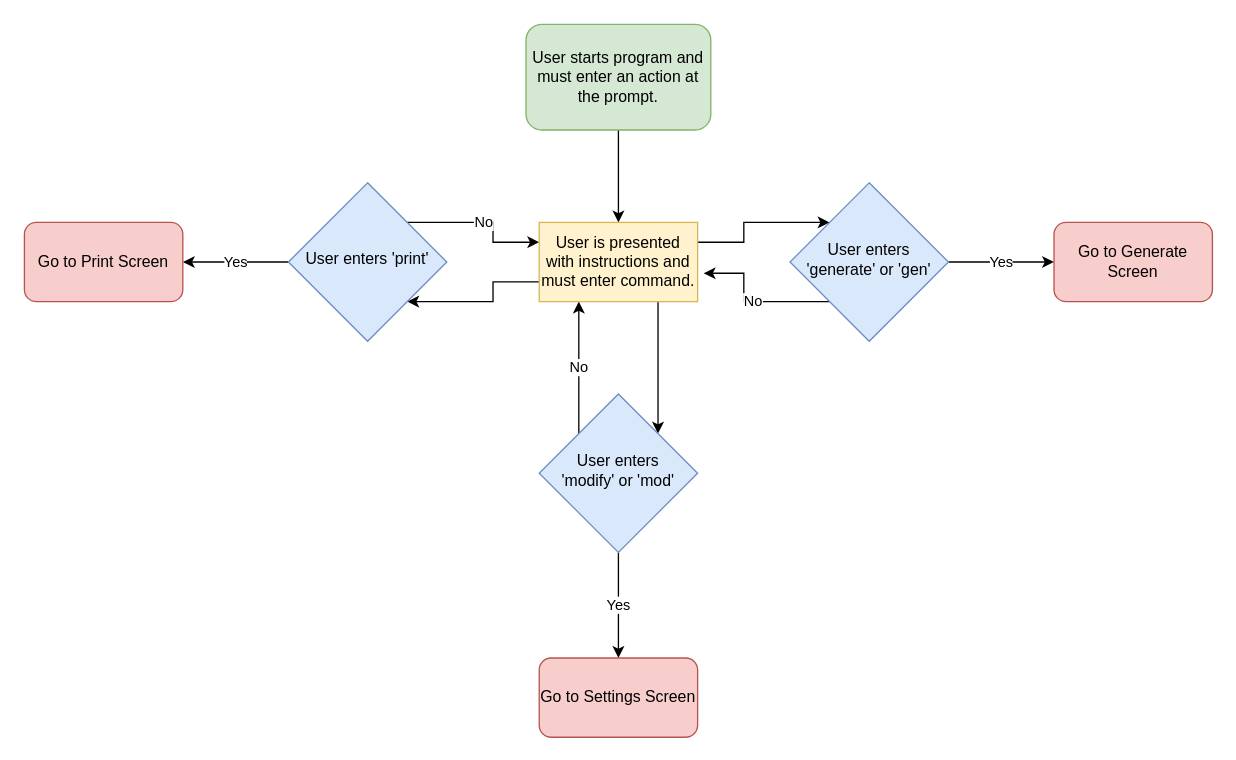
Earlier version of the draw.io diagram StartScreenFlow.drawio (zkturman/LanguageCrawler). Source tidied: cells renumbered, new cells numbered last; positions are measured from the earlier drawing's top-left corner, leaving out a move shared by most shapes. Both pictures are drawn from the tidied source at 132%, with x=0, y=0 at pixel (24, 24).
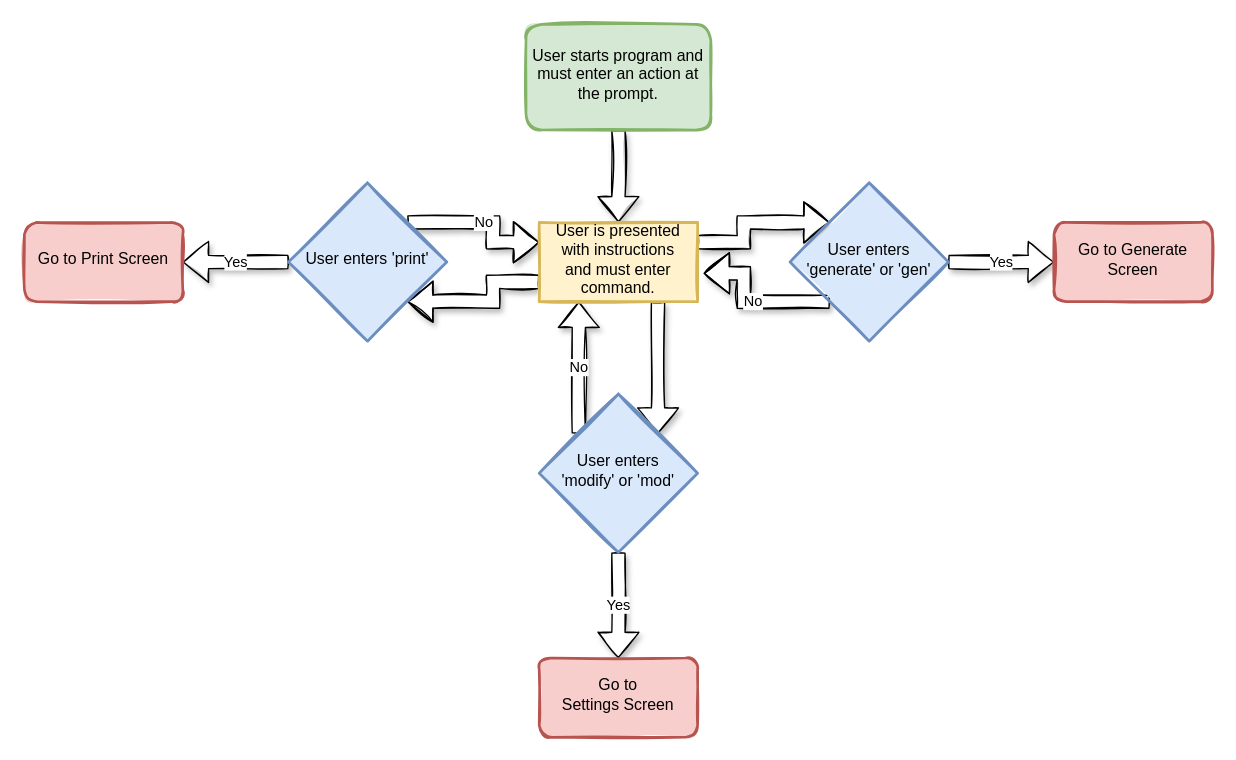
Above is the later version.

What changed in the source:
```diff
@@
 <mxGraphModel>
   <root>
     <mxCell id="0" />
     <mxCell id="1" parent="0" />
-    <mxCell id="2" style="edgeStyle=orthogonalEdgeStyle;rounded=0;jettySize=auto;html=1;exitX=0;exitY=0.75;exitDx=0;exitDy=0;entryX=1;entryY=1;entryDx=0;entryDy=0;" parent="1" edge="1" source="19" target="11">
+    <mxCell id="2" style="edgeStyle=orthogonalEdgeStyle;rounded=0;jettySize=auto;html=1;exitX=0;exitY=0.75;exitDx=0;exitDy=0;entryX=1;entryY=1;entryDx=0;entryDy=0;sketch=1;strokeWidth=1;shadow=1;fillColor=default;shape=flexArrow;" parent="1" edge="1" source="19" target="11">
       <mxGeometry relative="1" as="geometry" />
     </mxCell>
-    <mxCell id="3" style="edgeStyle=orthogonalEdgeStyle;rounded=0;jettySize=auto;html=1;exitX=0.75;exitY=1;exitDx=0;exitDy=0;entryX=1;entryY=0;entryDx=0;entryDy=0;" parent="1" edge="1" source="19" target="15">
+    <mxCell id="3" style="edgeStyle=orthogonalEdgeStyle;rounded=0;jettySize=auto;html=1;exitX=0.75;exitY=1;exitDx=0;exitDy=0;entryX=1;entryY=0;entryDx=0;entryDy=0;sketch=1;strokeWidth=1;shadow=1;fillColor=default;shape=flexArrow;" parent="1" edge="1" source="19" target="15">
       <mxGeometry relative="1" as="geometry" />
     </mxCell>
-    <mxCell id="4" style="edgeStyle=orthogonalEdgeStyle;rounded=0;jettySize=auto;html=1;exitX=1;exitY=0.25;exitDx=0;exitDy=0;entryX=0;entryY=0;entryDx=0;entryDy=0;" parent="1" edge="1" source="19" target="7">
+    <mxCell id="4" style="edgeStyle=orthogonalEdgeStyle;rounded=0;jettySize=auto;html=1;exitX=1;exitY=0.25;exitDx=0;exitDy=0;entryX=0;entryY=0;entryDx=0;entryDy=0;sketch=1;strokeWidth=1;shadow=1;fillColor=default;shape=flexArrow;" parent="1" edge="1" source="19" target="7">
       <mxGeometry relative="1" as="geometry" />
     </mxCell>
-    <mxCell id="5" value="Yes" style="edgeStyle=orthogonalEdgeStyle;rounded=0;jettySize=auto;html=1;exitX=1;exitY=0.5;exitDx=0;exitDy=0;entryX=0;entryY=0.5;entryDx=0;entryDy=0;" parent="1" edge="1" source="7" target="8">
+    <mxCell id="5" value="Yes" style="edgeStyle=orthogonalEdgeStyle;rounded=0;jettySize=auto;html=1;exitX=1;exitY=0.5;exitDx=0;exitDy=0;entryX=0;entryY=0.5;entryDx=0;entryDy=0;sketch=1;strokeWidth=1;shadow=1;fillColor=default;shape=flexArrow;" parent="1" edge="1" source="7" target="8">
       <mxGeometry relative="1" as="geometry" />
     </mxCell>
-    <mxCell id="6" value="No" style="edgeStyle=orthogonalEdgeStyle;rounded=0;jettySize=auto;html=1;exitX=0;exitY=1;exitDx=0;exitDy=0;entryX=1.038;entryY=0.642;entryDx=0;entryDy=0;entryPerimeter=0;" parent="1" edge="1" source="7" target="19">
+    <mxCell id="6" value="No" style="edgeStyle=orthogonalEdgeStyle;rounded=0;jettySize=auto;html=1;exitX=0;exitY=1;exitDx=0;exitDy=0;entryX=1.038;entryY=0.642;entryDx=0;entryDy=0;entryPerimeter=0;sketch=1;strokeWidth=1;shadow=1;fillColor=default;shape=flexArrow;" parent="1" edge="1" source="7" target="19">
       <mxGeometry relative="1" as="geometry" />
     </mxCell>
-    <mxCell id="7" value="User enters 'generate' or 'gen'" style="rhombus;whiteSpace=wrap;html=1;shadow=0;fontFamily=Helvetica;fontSize=12;align=center;strokeWidth=1;spacing=6;spacingTop=-4;fillColor=#dae8fc;strokeColor=#6c8ebf;" parent="1" vertex="1">
+    <mxCell id="7" value="User enters 'generate' or 'gen'" style="rhombus;whiteSpace=wrap;html=1;shadow=0;fontFamily=Helvetica;fontSize=12;align=center;strokeWidth=2;spacing=6;spacingTop=-4;fillColor=#dae8fc;strokeColor=#6c8ebf;sketch=1;fillStyle=solid;" parent="1" vertex="1">
       <mxGeometry x="580" y="120" width="120" height="120" as="geometry" />
     </mxCell>
-    <mxCell id="8" value="Go to Generate Screen" style="rounded=1;whiteSpace=wrap;html=1;fontSize=12;glass=0;strokeWidth=1;shadow=0;fillColor=#f8cecc;strokeColor=#b85450;" parent="1" vertex="1">
+    <mxCell id="8" value="Go to Generate Screen" style="rounded=1;whiteSpace=wrap;html=1;fontSize=12;glass=0;strokeWidth=2;shadow=0;fillColor=#f8cecc;strokeColor=#b85450;spacing=6;spacingTop=-4;sketch=1;fillStyle=solid;" parent="1" vertex="1">
       <mxGeometry x="780" y="150" width="120" height="60" as="geometry" />
     </mxCell>
-    <mxCell id="9" value="Yes" style="edgeStyle=orthogonalEdgeStyle;rounded=0;jettySize=auto;html=1;exitX=0;exitY=0.5;exitDx=0;exitDy=0;entryX=1;entryY=0.5;entryDx=0;entryDy=0;" parent="1" edge="1" source="11" target="12">
+    <mxCell id="9" value="Yes" style="edgeStyle=orthogonalEdgeStyle;rounded=0;jettySize=auto;html=1;exitX=0;exitY=0.5;exitDx=0;exitDy=0;entryX=1;entryY=0.5;entryDx=0;entryDy=0;sketch=1;strokeWidth=1;shadow=1;fillColor=default;shape=flexArrow;" parent="1" edge="1" source="11" target="12">
       <mxGeometry relative="1" as="geometry" />
     </mxCell>
-    <mxCell id="10" value="No" style="edgeStyle=orthogonalEdgeStyle;rounded=0;jettySize=auto;html=1;exitX=1;exitY=0;exitDx=0;exitDy=0;entryX=0;entryY=0.25;entryDx=0;entryDy=0;" parent="1" edge="1" source="11" target="19">
+    <mxCell id="10" value="No" style="edgeStyle=orthogonalEdgeStyle;rounded=0;jettySize=auto;html=1;exitX=1;exitY=0;exitDx=0;exitDy=0;entryX=0;entryY=0.25;entryDx=0;entryDy=0;sketch=1;strokeWidth=1;jumpStyle=none;shadow=1;strokeColor=default;shape=flexArrow;fillColor=default;" parent="1" edge="1" source="11" target="19">
       <mxGeometry relative="1" as="geometry" />
     </mxCell>
-    <mxCell id="11" value="User enters 'print'" style="rhombus;whiteSpace=wrap;html=1;shadow=0;fontFamily=Helvetica;fontSize=12;align=center;strokeWidth=1;spacing=6;spacingTop=-4;fillColor=#dae8fc;strokeColor=#6c8ebf;" parent="1" vertex="1">
+    <mxCell id="11" value="User enters 'print'" style="rhombus;whiteSpace=wrap;html=1;shadow=0;fontFamily=Helvetica;fontSize=12;align=center;strokeWidth=2;spacing=6;spacingTop=-4;fillColor=#dae8fc;strokeColor=#6c8ebf;sketch=1;fillStyle=solid;" parent="1" vertex="1">
       <mxGeometry x="200" y="120" width="120" height="120" as="geometry" />
     </mxCell>
-    <mxCell id="12" value="Go to Print Screen" style="rounded=1;whiteSpace=wrap;html=1;fontSize=12;glass=0;strokeWidth=1;shadow=0;fillColor=#f8cecc;strokeColor=#b85450;" parent="1" vertex="1">
+    <mxCell id="12" value="Go to Print Screen" style="rounded=1;whiteSpace=wrap;html=1;fontSize=12;glass=0;strokeWidth=2;shadow=0;fillColor=#f8cecc;strokeColor=#b85450;spacing=6;spacingTop=-4;sketch=1;fillStyle=solid;" parent="1" vertex="1">
       <mxGeometry y="150" width="120" height="60" as="geometry" />
     </mxCell>
-    <mxCell id="13" value="No" style="edgeStyle=orthogonalEdgeStyle;rounded=0;jettySize=auto;html=1;exitX=0;exitY=0;exitDx=0;exitDy=0;entryX=0.25;entryY=1;entryDx=0;entryDy=0;" parent="1" edge="1" source="15" target="19">
+    <mxCell id="13" value="No" style="edgeStyle=orthogonalEdgeStyle;rounded=0;jettySize=auto;html=1;exitX=0;exitY=0;exitDx=0;exitDy=0;entryX=0.25;entryY=1;entryDx=0;entryDy=0;sketch=1;strokeWidth=1;shadow=1;fillColor=default;shape=flexArrow;" parent="1" edge="1" source="15" target="19">
       <mxGeometry relative="1" as="geometry" />
     </mxCell>
-    <mxCell id="14" value="Yes" style="edgeStyle=orthogonalEdgeStyle;rounded=0;jettySize=auto;html=1;exitX=0.5;exitY=1;exitDx=0;exitDy=0;entryX=0.5;entryY=0;entryDx=0;entryDy=0;" parent="1" edge="1" source="15" target="16">
+    <mxCell id="14" value="Yes" style="edgeStyle=orthogonalEdgeStyle;rounded=0;jettySize=auto;html=1;exitX=0.5;exitY=1;exitDx=0;exitDy=0;entryX=0.5;entryY=0;entryDx=0;entryDy=0;sketch=1;strokeWidth=1;shadow=1;fillColor=default;shape=flexArrow;" parent="1" edge="1" source="15" target="16">
       <mxGeometry relative="1" as="geometry" />
     </mxCell>
-    <mxCell id="15" value="User enters &lt;br&gt;'modify' or 'mod'" style="rhombus;whiteSpace=wrap;html=1;shadow=0;fontFamily=Helvetica;fontSize=12;align=center;strokeWidth=1;spacing=6;spacingTop=-4;fillColor=#dae8fc;strokeColor=#6c8ebf;" parent="1" vertex="1">
+    <mxCell id="15" value="User enters &lt;br&gt;'modify' or 'mod'" style="rhombus;whiteSpace=wrap;html=1;shadow=0;fontFamily=Helvetica;fontSize=12;align=center;strokeWidth=2;spacing=6;spacingTop=-4;fillColor=#dae8fc;strokeColor=#6c8ebf;sketch=1;fillStyle=solid;" parent="1" vertex="1">
       <mxGeometry x="390" y="280" width="120" height="120" as="geometry" />
     </mxCell>
-    <mxCell id="16" value="Go to Settings&amp;nbsp;Screen" style="rounded=1;whiteSpace=wrap;html=1;fontSize=12;glass=0;strokeWidth=1;shadow=0;fillColor=#f8cecc;strokeColor=#b85450;" parent="1" vertex="1">
+    <mxCell id="16" value="Go to Settings&amp;nbsp;Screen" style="rounded=1;whiteSpace=wrap;html=1;fontSize=12;glass=0;strokeWidth=2;shadow=0;fillColor=#f8cecc;strokeColor=#b85450;spacing=6;spacingTop=-4;sketch=1;fillStyle=solid;" parent="1" vertex="1">
       <mxGeometry x="390" y="480" width="120" height="60" as="geometry" />
     </mxCell>
-    <mxCell id="17" style="edgeStyle=orthogonalEdgeStyle;rounded=0;jettySize=auto;html=1;exitX=0.5;exitY=1;exitDx=0;exitDy=0;entryX=0.5;entryY=0;entryDx=0;entryDy=0;" parent="1" edge="1" source="18" target="19">
+    <mxCell id="17" style="edgeStyle=orthogonalEdgeStyle;rounded=0;jettySize=auto;html=1;exitX=0.5;exitY=1;exitDx=0;exitDy=0;entryX=0.5;entryY=0;entryDx=0;entryDy=0;sketch=1;strokeWidth=1;shadow=1;fillColor=default;shape=flexArrow;" parent="1" edge="1" source="18" target="19">
       <mxGeometry relative="1" as="geometry" />
     </mxCell>
-    <mxCell id="18" value="User starts program and must enter an action at the prompt." style="rounded=1;whiteSpace=wrap;html=1;fontSize=12;glass=0;strokeWidth=1;shadow=0;fillColor=#d5e8d4;strokeColor=#82b366;" parent="1" vertex="1">
+    <mxCell id="18" value="User starts program and must enter an action at the prompt." style="rounded=1;whiteSpace=wrap;html=1;fontSize=12;glass=0;strokeWidth=2;shadow=0;fillColor=#d5e8d4;strokeColor=#82b366;spacing=6;spacingTop=-4;sketch=1;fillStyle=solid;" parent="1" vertex="1">
       <mxGeometry x="380" width="140" height="80" as="geometry" />
     </mxCell>
-    <mxCell id="19" value="User is presented with instructions and must enter command." style="rounded=0;whiteSpace=wrap;html=1;fillColor=#fff2cc;strokeColor=#d6b656;" parent="1" vertex="1">
+    <mxCell id="19" value="User is presented with instructions &lt;br&gt;and must enter command." style="rounded=0;whiteSpace=wrap;html=1;fillColor=#fff2cc;strokeColor=#d6b656;shadow=0;strokeWidth=2;spacing=6;spacingTop=-4;sketch=1;fillStyle=solid;" parent="1" vertex="1">
       <mxGeometry x="390" y="150" width="120" height="60" as="geometry" />
     </mxCell>
   </root>
 </mxGraphModel>
```
